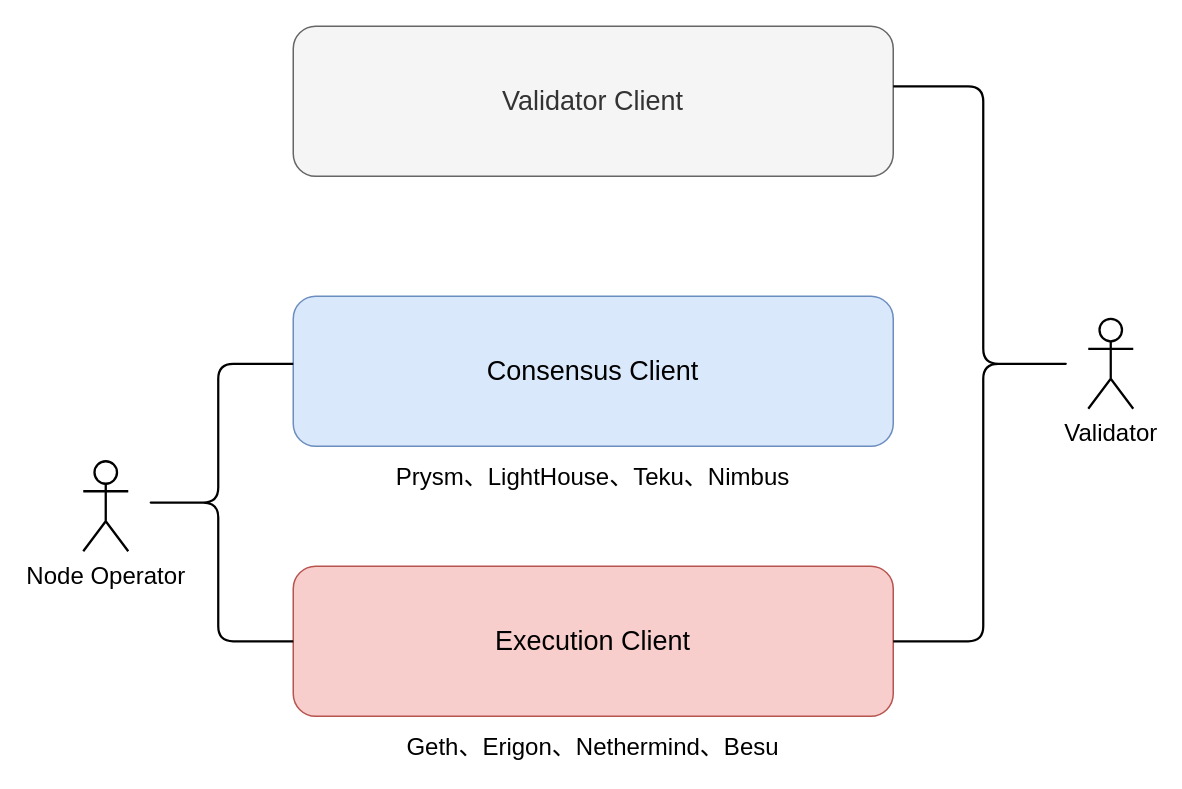
This is ethereum-research/pos-beaconchain/(article) full node & validator node.drawio from 0xyicheng/a-research-diagram, a draw.io file, before an edit. Source tidied: cells renumbered, new cells numbered last; positions are measured from the earlier drawing's top-left corner, leaving out a move shared by most shapes. Both pictures are drawn from the tidied source at 150%, with x=0, y=0 at pixel (82, 26).
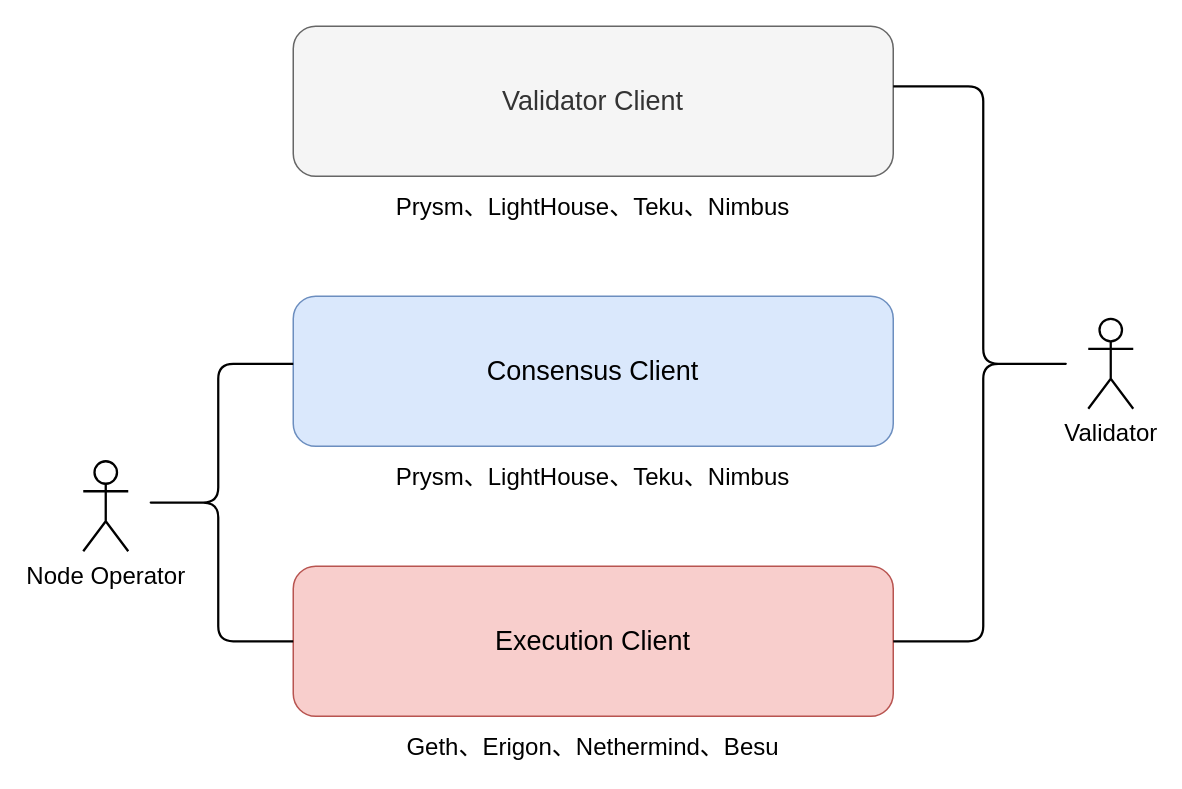
Above is the later version.

Change to the diagram source:
```diff
@@
 <mxGraphModel>
   <root>
     <mxCell id="0" />
     <mxCell id="1" parent="0" />
     <mxCell id="2" value="&lt;font style=&quot;font-size: 18px;&quot;&gt;Execution Client&lt;/font&gt;" style="rounded=1;whiteSpace=wrap;html=1;fillColor=#f8cecc;strokeColor=#b85450;" parent="1" vertex="1">
       <mxGeometry x="140" y="360" width="400" height="100" as="geometry" />
     </mxCell>
     <mxCell id="3" value="&lt;font style=&quot;font-size: 18px;&quot;&gt;Consensus Client&lt;/font&gt;" style="rounded=1;whiteSpace=wrap;html=1;fillColor=#dae8fc;strokeColor=#6c8ebf;" parent="1" vertex="1">
       <mxGeometry x="140" y="180" width="400" height="100" as="geometry" />
     </mxCell>
     <mxCell id="4" value="&lt;font style=&quot;font-size: 18px;&quot;&gt;Validator Client&lt;/font&gt;" style="rounded=1;whiteSpace=wrap;html=1;fillColor=#f5f5f5;fontColor=#333333;strokeColor=#666666;" parent="1" vertex="1">
       <mxGeometry x="140" width="400" height="100" as="geometry" />
     </mxCell>
     <mxCell id="5" value="&lt;font style=&quot;font-size: 16px;&quot;&gt;Geth、Erigon、Nethermind、Besu&lt;/font&gt;" style="text;html=1;strokeColor=none;fillColor=none;align=center;verticalAlign=middle;whiteSpace=wrap;rounded=0;fontSize=18;" parent="1" vertex="1">
       <mxGeometry x="190" y="470" width="300" height="20" as="geometry" />
     </mxCell>
     <mxCell id="6" value="&lt;span style=&quot;font-size: 16px;&quot;&gt;Prysm、LightHouse、Teku、Nimbus&lt;/span&gt;" style="text;html=1;strokeColor=none;fillColor=none;align=center;verticalAlign=middle;whiteSpace=wrap;rounded=0;fontSize=18;" parent="1" vertex="1">
       <mxGeometry x="190" y="290" width="300" height="20" as="geometry" />
     </mxCell>
     <mxCell id="7" value="Node Operator" style="shape=umlActor;verticalLabelPosition=bottom;verticalAlign=top;html=1;fontSize=16;strokeWidth=1.54;" parent="1" vertex="1">
       <mxGeometry y="290" width="30" height="60" as="geometry" />
     </mxCell>
     <mxCell id="8" style="shape=curlyBracket;whiteSpace=wrap;html=1;rounded=1;fontSize=16;strokeWidth=1.5;" parent="1" vertex="1">
       <mxGeometry x="40" y="225" width="100" height="185" as="geometry" />
     </mxCell>
     <mxCell id="9" style="shape=curlyBracket;whiteSpace=wrap;html=1;rounded=1;flipH=1;strokeWidth=1.5;fontSize=16;" parent="1" vertex="1">
       <mxGeometry x="540" y="40" width="120" height="370" as="geometry" />
     </mxCell>
     <mxCell id="10" value="Validator" style="shape=umlActor;verticalLabelPosition=bottom;verticalAlign=top;html=1;strokeWidth=1.5;fontSize=16;" parent="1" vertex="1">
       <mxGeometry x="670" y="195" width="30" height="60" as="geometry" />
     </mxCell>
+    <mxCell id="11" value="&lt;span style=&quot;font-size: 16px;&quot;&gt;Prysm、LightHouse、Teku、Nimbus&lt;/span&gt;" style="text;html=1;strokeColor=none;fillColor=none;align=center;verticalAlign=middle;whiteSpace=wrap;rounded=0;fontSize=18;" parent="1" vertex="1">
+      <mxGeometry x="190" y="110" width="300" height="20" as="geometry" />
+    </mxCell>
   </root>
 </mxGraphModel>
```
